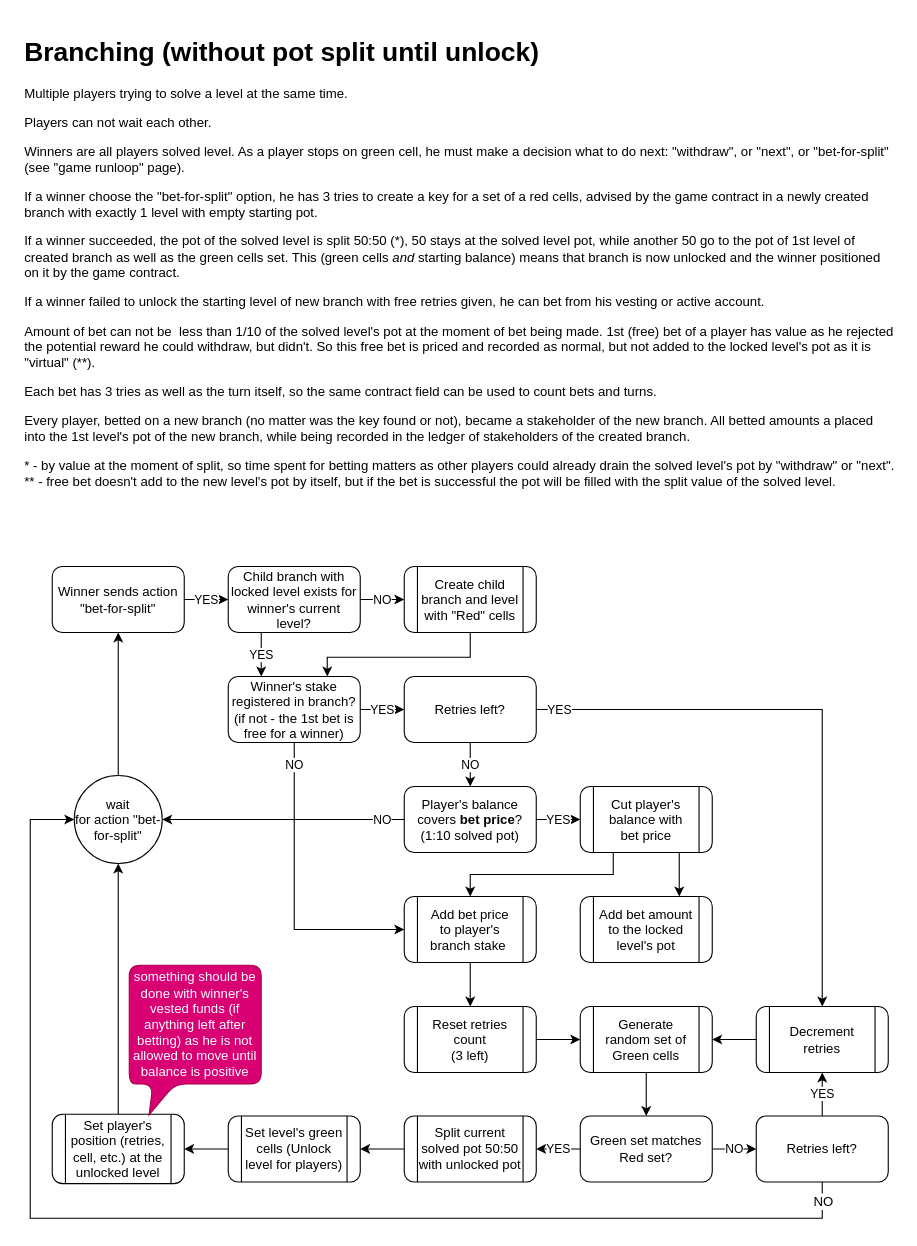
Above: page "bet-for-split" (4 of 10) of ia/WOFFLER IA.drawio in cptn-solo/woffler_contract (draw.io), before the change. Source tidied: cells renumbered, new cells numbered last; positions are measured from the earlier drawing's top-left corner, leaving out a move shared by most shapes. Both pictures are drawn from the tidied source at 110%, with x=0, y=0 at pixel (19, 30).
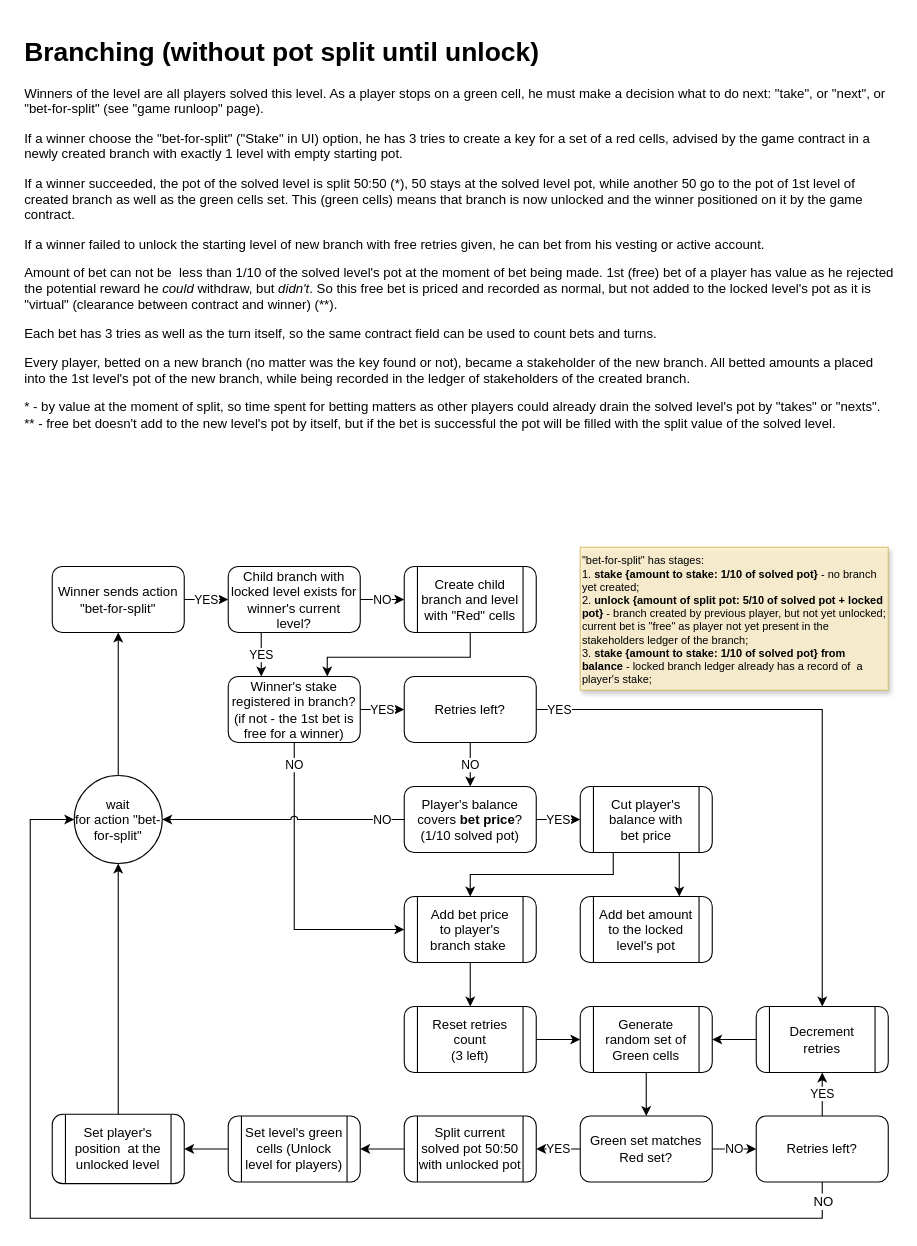
The same diagram, later.

Commit message (it also covers changes not shown here):
#2 Detailed flow diagrams for actions "next", "try/turn", "take" added, game runloop diagram extended, other fixes;

Unchanged cells that the change refers to:
```xml
<mxCell id="40" value="wait &lt;br&gt;for action &quot;bet-for-split&quot;" style="ellipse;whiteSpace=wrap;html=1;rounded=1;shadow=0;glass=0;strokeColor=#000000;fillColor=none;align=center;" parent="1" vertex="1">
  <mxGeometry x="50" y="677.5" width="80" height="80" as="geometry" />
</mxCell>
```

The edit, as a diff of the source:
```diff
@@
-    <mxCell id="2" value="&lt;h1&gt;Branching (without pot split until unlock)&lt;/h1&gt;&lt;p&gt;Multiple players trying to solve a level at the same time.&amp;nbsp;&lt;/p&gt;&lt;p&gt;Players can not wait each other.&amp;nbsp;&lt;/p&gt;&lt;p&gt;Winners are all players solved level. As a player stops on green cell, he must make a decision what to do next: &quot;withdraw&quot;, or &quot;next&quot;, or &quot;bet-for-split&quot; (see &quot;game runloop&quot; page).&lt;/p&gt;&lt;p&gt;If a winner choose the &quot;bet-for-split&quot; option, he has 3 tries to create a key for a set of a red cells, advised by the game contract in a newly created branch with exactly 1 level with empty starting pot.&amp;nbsp;&lt;/p&gt;&lt;p&gt;If a winner succeeded, the pot of the solved level is split 50:50 (*), 50 stays at the solved level pot, while another 50 go to the pot of 1st level of created branch as well as the green cells set. This (green cells &lt;i&gt;and&lt;/i&gt; starting balance) means that branch is now unlocked and the winner positioned on it by the game contract.&amp;nbsp;&lt;/p&gt;&lt;p&gt;If a winner failed to unlock the starting level of new branch with free retries given, he can bet from his vesting or active account.&amp;nbsp;&lt;/p&gt;&lt;p&gt;Amount of bet can not be&amp;nbsp; less than 1/10 of the solved level's pot at the moment of bet being made. 1st (free) bet of a player has value as he rejected the potential reward he could withdraw, but didn't. So this free bet is priced and recorded as normal, but not added to the locked level's pot as it is &quot;virtual&quot; (**).&lt;/p&gt;&lt;p&gt;Each bet has 3 tries as well as the turn itself, so the same contract field can be used to count bets and turns.&lt;/p&gt;&lt;p&gt;&lt;span&gt;Every player, betted on a new branch (no matter was the key found or not), became a stakeholder of the new branch. All betted amounts a placed into the 1st level's pot of the new branch, while being recorded in the ledger of stakeholders of the created branch.&amp;nbsp;&lt;/span&gt;&lt;/p&gt;&lt;p&gt;&lt;/p&gt;* - by value at the moment of split, so time spent for betting matters as other players could already drain the solved level's pot by &quot;withdraw&quot; or &quot;next&quot;.&lt;br&gt;** - free bet doesn't add to the new level's pot by itself, but if the bet is successful the pot will be filled with the split value of the solved level.&amp;nbsp;&lt;br&gt;" style="text;html=1;strokeColor=none;fillColor=none;spacing=5;spacingTop=-20;whiteSpace=wrap;overflow=hidden;rounded=0;shadow=0;glass=0;dashed=1;dashPattern=1 1;align=left;" parent="1" vertex="1">
+    <mxCell id="2" value="&lt;h1&gt;Branching (without pot split until unlock)&lt;/h1&gt;&lt;p&gt;&lt;span&gt;Winners of the level are all players solved this level. As a player stops on a green cell, he must make a decision what to do next: &quot;take&quot;, or &quot;next&quot;, or &quot;bet-for-split&quot; (see &quot;game runloop&quot; page).&lt;/span&gt;&lt;br&gt;&lt;/p&gt;&lt;p&gt;If a winner choose the &quot;bet-for-split&quot; (&quot;Stake&quot; in UI) option, he has 3 tries to create a key for a set of a red cells, advised by the game contract in a newly created branch with exactly 1 level with empty starting pot.&amp;nbsp;&lt;/p&gt;&lt;p&gt;If a winner succeeded, the pot of the solved level is split 50:50 (*), 50 stays at the solved level pot, while another 50 go to the pot of 1st level of created branch as well as the green cells set. This (green cells) means that branch is now unlocked and the winner positioned on it by the game contract.&amp;nbsp;&lt;/p&gt;&lt;p&gt;If a winner failed to unlock the starting level of new branch with free retries given, he can bet from his vesting or active account.&amp;nbsp;&lt;/p&gt;&lt;p&gt;Amount of bet can not be&amp;nbsp; less than 1/10 of the solved level's pot at the moment of bet being made. 1st (free) bet of a player has value as he rejected the potential reward he &lt;i&gt;could&lt;/i&gt; withdraw, but &lt;i&gt;didn't&lt;/i&gt;. So this free bet is priced and recorded as normal, but not added to the locked level's pot as it is &quot;virtual&quot; (clearance between contract and winner) (**).&lt;/p&gt;&lt;p&gt;Each bet has 3 tries as well as the turn itself, so the same contract field can be used to count bets and turns.&lt;/p&gt;&lt;p&gt;&lt;span&gt;Every player, betted on a new branch (no matter was the key found or not), became a stakeholder of the new branch. All betted amounts a placed into the 1st level's pot of the new branch, while being recorded in the ledger of stakeholders of the created branch.&amp;nbsp;&lt;/span&gt;&lt;/p&gt;&lt;p&gt;&lt;/p&gt;* - by value at the moment of split, so time spent for betting matters as other players could already drain the solved level's pot by &quot;takes&quot; or &quot;nexts&quot;.&lt;br&gt;** - free bet doesn't add to the new level's pot by itself, but if the bet is successful the pot will be filled with the split value of the solved level.&amp;nbsp;&lt;br&gt;" style="text;html=1;strokeColor=none;fillColor=none;spacing=5;spacingTop=-20;whiteSpace=wrap;overflow=hidden;rounded=0;shadow=0;glass=0;dashed=1;dashPattern=1 1;align=left;" parent="1" vertex="1">
       <mxGeometry width="800" height="430" as="geometry" />
     </mxCell>
@@
-    <mxCell id="11" value="NO" style="edgeStyle=orthogonalEdgeStyle;rounded=0;jettySize=auto;html=1;endArrow=classic;endFill=1;align=center;exitX=0;exitY=0.5;exitDx=0;exitDy=0;" parent="1" edge="1" source="45" target="40">
+    <mxCell id="11" value="NO" style="edgeStyle=orthogonalEdgeStyle;rounded=0;jettySize=auto;html=1;endArrow=classic;endFill=1;align=center;exitX=0;exitY=0.5;exitDx=0;exitDy=0;jumpStyle=arc;" parent="1" edge="1" source="45" target="40">
       <mxGeometry x="-0.82" relative="1" as="geometry">
         <Array as="points">
-          <mxPoint x="90" y="717.5" />
+          <mxPoint x="260" y="718" />
+          <mxPoint x="260" y="718" />
         </Array>
       </mxGeometry>
     </mxCell>
@@
-    <mxCell id="38" value="Set player's position (retries, cell, etc.) at the unlocked level" style="shape=process;rounded=1;whiteSpace=wrap;html=1;shadow=0;glass=0;strokeColor=#000000;align=center;" parent="1" vertex="1">
+    <mxCell id="38" value="Set player's position&amp;nbsp; at the unlocked level" style="shape=process;rounded=1;whiteSpace=wrap;html=1;shadow=0;glass=0;strokeColor=#000000;align=center;" parent="1" vertex="1">
       <mxGeometry x="30" y="985.5" width="120" height="63" as="geometry" />
     </mxCell>
@@
-    <mxCell id="45" value="Player's balance covers &lt;b&gt;bet price&lt;/b&gt;?&lt;br&gt;(1:10 solved pot)&lt;br&gt;" style="rounded=1;whiteSpace=wrap;html=1;shadow=0;glass=0;strokeColor=#000000;align=center;" parent="1" vertex="1">
+    <mxCell id="45" value="Player's balance covers &lt;b&gt;bet price&lt;/b&gt;?&lt;br&gt;(1/10 solved pot)&lt;br&gt;" style="rounded=1;whiteSpace=wrap;html=1;shadow=0;glass=0;strokeColor=#000000;align=center;" parent="1" vertex="1">
       <mxGeometry x="350" y="687.5" width="120" height="60" as="geometry" />
     </mxCell>
-    <mxCell id="46" value="something should be done with winner's vested funds (if anything left after betting) as he is not allowed to move until balance is positive" style="shape=callout;whiteSpace=wrap;html=1;perimeter=calloutPerimeter;rounded=1;shadow=0;glass=0;strokeColor=#A50040;fillColor=#d80073;align=center;position2=0.15;size=28;position=0.18;fontColor=#ffffff;" parent="1" vertex="1">
-      <mxGeometry x="100" y="850" width="120" height="136" as="geometry" />
-    </mxCell>
+    <mxCell id="47" value="&quot;bet-for-split&quot; has stages:&lt;br style=&quot;font-size: 10px&quot;&gt;1. &lt;b&gt;stake {amount to stake: 1/10 of solved pot}&lt;/b&gt; - no branch yet created;&lt;br style=&quot;font-size: 10px&quot;&gt;2. &lt;b&gt;unlock {amount of split pot: 5/10 of solved pot + locked pot}&lt;/b&gt; - branch created by previous player, but not yet unlocked; current bet is &quot;free&quot; as player not yet present in the stakeholders ledger of the branch;&lt;br style=&quot;font-size: 10px&quot;&gt;3. &lt;b&gt;stake {amount to stake: 1/10 of solved pot} from balance&lt;/b&gt; - locked branch ledger already has a record of&amp;nbsp; a player's stake;&lt;br style=&quot;font-size: 10px&quot;&gt;&lt;div style=&quot;text-align: left ; font-size: 10px&quot;&gt;&lt;/div&gt;" style="rounded=0;whiteSpace=wrap;html=1;shadow=1;strokeColor=#d6b656;strokeWidth=1;fillColor=#fff2cc;fontSize=10;opacity=80;verticalAlign=top;align=left;" parent="1" vertex="1">
+      <mxGeometry x="510" y="470" width="280" height="130" as="geometry" />
+    </mxCell>
```
